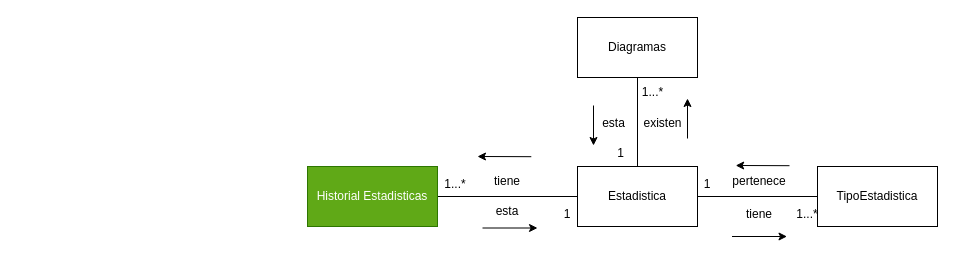
This is page "AnemicModelStatistics" (9 of 13) of CoTasker_BoundedContext.drawio from Migue1409-KP/DOO-working-group, a draw.io file, before an edit. Source tidied: cells renumbered, new cells numbered last; positions are measured from the earlier drawing's top-left corner, leaving out a move shared by most shapes. Both pictures are drawn from the tidied source at 100%, with x=0, y=0 at pixel (307, 17).
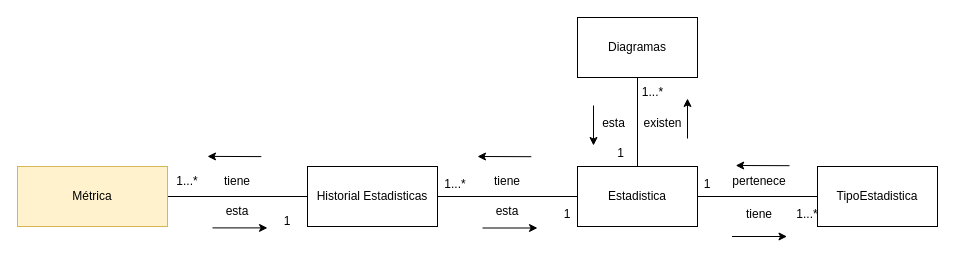
The same page after the edit.

What changed in the source:
```diff
@@
+    <mxCell id="27" style="edgeStyle=orthogonalEdgeStyle;rounded=0;jettySize=auto;html=1;entryX=1;entryY=0.5;entryDx=0;entryDy=0;endArrow=none;endFill=0;" parent="1" edge="1" source="6" target="28">
+      <mxGeometry relative="1" as="geometry" />
+    </mxCell>
-    <mxCell id="6" value="Historial Estadisticas" style="rounded=0;whiteSpace=wrap;html=1;fillColor=#60a917;fontColor=#ffffff;strokeColor=#2D7600;" parent="1" vertex="1">
+    <mxCell id="6" value="Historial Estadisticas" style="rounded=0;whiteSpace=wrap;html=1;" parent="1" vertex="1">
       <mxGeometry y="149" width="130" height="60" as="geometry" />
     </mxCell>
@@
+    <mxCell id="28" value="Métrica" style="rounded=0;whiteSpace=wrap;html=1;fillColor=#fff2cc;strokeColor=#d6b656;" parent="1" vertex="1">
+      <mxGeometry x="-290" y="149" width="150" height="60" as="geometry" />
+    </mxCell>
+    <mxCell id="29" value="tiene" style="text;html=1;strokeColor=none;fillColor=none;align=center;verticalAlign=middle;whiteSpace=wrap;rounded=0;" parent="1" vertex="1">
+      <mxGeometry x="-100" y="148.9" width="60" height="30" as="geometry" />
+    </mxCell>
+    <mxCell id="30" value="esta" style="text;html=1;strokeColor=none;fillColor=none;align=center;verticalAlign=middle;whiteSpace=wrap;rounded=0;" parent="1" vertex="1">
+      <mxGeometry x="-100" y="178.9" width="60" height="30" as="geometry" />
+    </mxCell>
+    <mxCell id="31" style="endArrow=classic;html=1;rounded=0;" parent="1" edge="1">
+      <mxGeometry relative="1" as="geometry">
+        <mxPoint x="-95" y="210.4" as="sourcePoint" />
+        <mxPoint x="-40" y="210.4" as="targetPoint" />
+      </mxGeometry>
+    </mxCell>
+    <mxCell id="32" style="endArrow=classic;html=1;rounded=0;entryX=0.885;entryY=0.989;entryDx=0;entryDy=0;entryPerimeter=0;" parent="1" edge="1">
+      <mxGeometry relative="1" as="geometry">
+        <mxPoint x="-46.2" y="139.1" as="sourcePoint" />
+        <mxPoint x="-100" y="138.9" as="targetPoint" />
+      </mxGeometry>
+    </mxCell>
+    <mxCell id="33" value="1...*" style="text;html=1;strokeColor=none;fillColor=none;align=center;verticalAlign=middle;whiteSpace=wrap;rounded=0;" parent="1" vertex="1">
+      <mxGeometry x="-150" y="148.9" width="60" height="30" as="geometry" />
+    </mxCell>
+    <mxCell id="34" value="1" style="text;html=1;strokeColor=none;fillColor=none;align=center;verticalAlign=middle;whiteSpace=wrap;rounded=0;" parent="1" vertex="1">
+      <mxGeometry x="-50" y="189" width="60" height="30" as="geometry" />
+    </mxCell>
```
